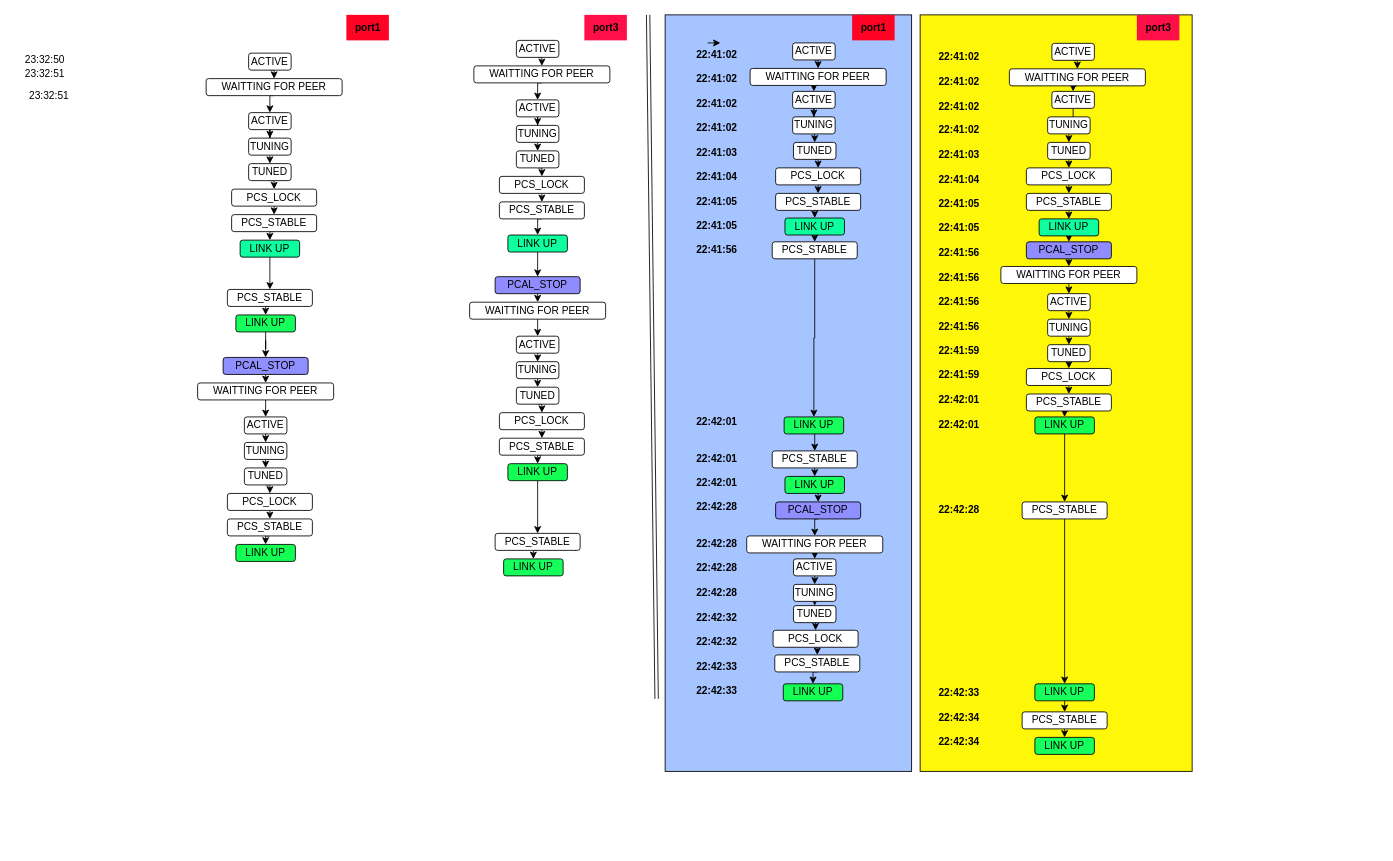
This is Optics_init_state_transition_history_timestamp.drawio from kongzhongfeima/draw_io, a draw.io file, before an edit. Source tidied: cells renumbered, new cells numbered last; positions are measured from the earlier drawing's top-left corner, leaving out a move shared by most shapes. Both pictures are drawn from the tidied source at 85%, with x=0, y=0 at pixel (14, 14).
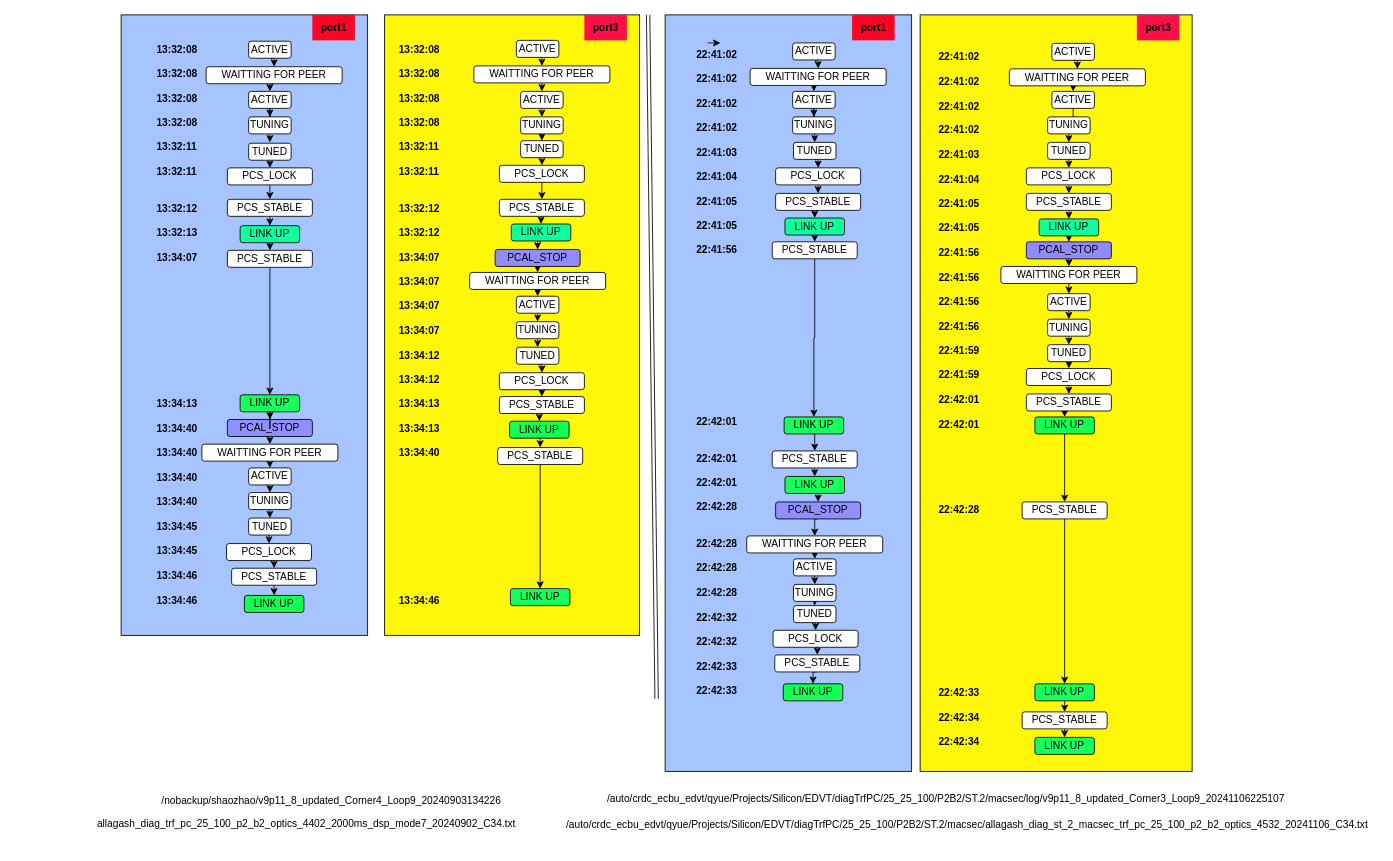
The same page after the edit.

Change to the diagram source:
```diff
@@
+    <mxCell id="163" style="whiteSpace=wrap;html=1;fillColor=#FFF708;" parent="1" vertex="1">
+      <mxGeometry x="435" width="300" height="730" as="geometry" />
+    </mxCell>
+    <mxCell id="164" style="whiteSpace=wrap;html=1;fillColor=#A6C4FF;" parent="1" vertex="1">
+      <mxGeometry x="125" width="290" height="730" as="geometry" />
+    </mxCell>
@@
     <mxCell id="5" value="ACTIVE" style="rounded=1;whiteSpace=wrap;html=1;" parent="1" vertex="1">
-      <mxGeometry x="275" y="45" width="50" height="20" as="geometry" />
+      <mxGeometry x="275" y="31" width="50" height="20" as="geometry" />
     </mxCell>
@@
     <mxCell id="7" value="WAITTING FOR PEER" style="rounded=1;whiteSpace=wrap;html=1;" parent="1" vertex="1">
-      <mxGeometry x="225" y="75" width="160" height="20" as="geometry" />
+      <mxGeometry x="225" y="61" width="160" height="20" as="geometry" />
     </mxCell>
@@
     <mxCell id="9" value="ACTIVE" style="rounded=1;whiteSpace=wrap;html=1;" parent="1" vertex="1">
-      <mxGeometry x="275" y="115" width="50" height="20" as="geometry" />
+      <mxGeometry x="275" y="90" width="50" height="20" as="geometry" />
     </mxCell>
-    <mxCell id="10" style="edgeStyle=orthogonalEdgeStyle;rounded=0;jettySize=auto;html=1;exitX=0.5;exitY=1;exitDx=0;exitDy=0;entryX=0.5;entryY=0;entryDx=0;entryDy=0;" parent="1" edge="1" source="11" target="13">
-      <mxGeometry relative="1" as="geometry" />
+    <mxCell id="10" style="edgeStyle=orthogonalEdgeStyle;rounded=0;jettySize=auto;html=1;exitX=0.5;exitY=1;exitDx=0;exitDy=0;entryX=0.5;entryY=0;entryDx=0;entryDy=0;" parent="1" edge="1" source="11">
+      <mxGeometry relative="1" as="geometry">
+        <mxPoint x="300" y="150" as="targetPoint" />
+      </mxGeometry>
     </mxCell>
     <mxCell id="11" value="TUNING" style="rounded=1;whiteSpace=wrap;html=1;" parent="1" vertex="1">
-      <mxGeometry x="275" y="145" width="50" height="20" as="geometry" />
+      <mxGeometry x="275" y="120" width="50" height="20" as="geometry" />
     </mxCell>
@@
     <mxCell id="13" value="TUNED" style="rounded=1;whiteSpace=wrap;html=1;" parent="1" vertex="1">
-      <mxGeometry x="275" y="175" width="50" height="20" as="geometry" />
+      <mxGeometry x="275" y="151" width="50" height="20" as="geometry" />
     </mxCell>
@@
     <mxCell id="15" value="PCS_LOCK" style="rounded=1;whiteSpace=wrap;html=1;" parent="1" vertex="1">
-      <mxGeometry x="255" y="205" width="100" height="20" as="geometry" />
+      <mxGeometry x="250" y="180" width="100" height="20" as="geometry" />
     </mxCell>
@@
     <mxCell id="17" value="PCS_STABLE" style="rounded=1;whiteSpace=wrap;html=1;" parent="1" vertex="1">
-      <mxGeometry x="255" y="235" width="100" height="20" as="geometry" />
+      <mxGeometry x="250" y="217" width="100" height="20" as="geometry" />
     </mxCell>
@@
     <mxCell id="19" value="LINK UP" style="rounded=1;whiteSpace=wrap;html=1;fillColor=#0DFF9E;" parent="1" vertex="1">
-      <mxGeometry x="265" y="265" width="70" height="20" as="geometry" />
+      <mxGeometry x="265" y="248" width="70" height="20" as="geometry" />
     </mxCell>
@@
     <mxCell id="21" value="PCAL_STOP" style="rounded=1;whiteSpace=wrap;html=1;fillColor=#8F8FFF;" parent="1" vertex="1">
-      <mxGeometry x="245" y="403" width="100" height="20" as="geometry" />
+      <mxGeometry x="250" y="476" width="100" height="20" as="geometry" />
     </mxCell>
@@
     <mxCell id="23" value="WAITTING FOR PEER" style="rounded=1;whiteSpace=wrap;html=1;" parent="1" vertex="1">
-      <mxGeometry x="215" y="433" width="160" height="20" as="geometry" />
+      <mxGeometry x="220" y="505" width="160" height="20" as="geometry" />
     </mxCell>
@@
     <mxCell id="25" value="ACTIVE" style="rounded=1;whiteSpace=wrap;html=1;" parent="1" vertex="1">
-      <mxGeometry x="270" y="473" width="50" height="20" as="geometry" />
+      <mxGeometry x="275" y="533" width="50" height="20" as="geometry" />
     </mxCell>
@@
     <mxCell id="27" value="TUNING" style="rounded=1;whiteSpace=wrap;html=1;" parent="1" vertex="1">
-      <mxGeometry x="270" y="503" width="50" height="20" as="geometry" />
+      <mxGeometry x="275" y="562" width="50" height="20" as="geometry" />
     </mxCell>
@@
     <mxCell id="29" value="TUNED" style="rounded=1;whiteSpace=wrap;html=1;" parent="1" vertex="1">
-      <mxGeometry x="270" y="533" width="50" height="20" as="geometry" />
+      <mxGeometry x="275" y="592" width="50" height="20" as="geometry" />
     </mxCell>
@@
     <mxCell id="31" value="PCS_LOCK" style="rounded=1;whiteSpace=wrap;html=1;" parent="1" vertex="1">
-      <mxGeometry x="250" y="563" width="100" height="20" as="geometry" />
+      <mxGeometry x="249" y="622" width="100" height="20" as="geometry" />
     </mxCell>
@@
     <mxCell id="33" value="PCS_STABLE" style="rounded=1;whiteSpace=wrap;html=1;" parent="1" vertex="1">
-      <mxGeometry x="250" y="593" width="100" height="20" as="geometry" />
+      <mxGeometry x="255" y="651" width="100" height="20" as="geometry" />
     </mxCell>
     <mxCell id="34" value="LINK UP" style="rounded=1;whiteSpace=wrap;html=1;fillColor=#14FF53;" parent="1" vertex="1">
-      <mxGeometry x="260" y="623" width="70" height="20" as="geometry" />
+      <mxGeometry x="270" y="683" width="70" height="20" as="geometry" />
     </mxCell>
@@
     <mxCell id="36" value="PCS_STABLE" style="rounded=1;whiteSpace=wrap;html=1;" parent="1" vertex="1">
-      <mxGeometry x="250" y="323" width="100" height="20" as="geometry" />
+      <mxGeometry x="250" y="277" width="100" height="20" as="geometry" />
     </mxCell>
@@
     <mxCell id="38" value="LINK UP" style="rounded=1;whiteSpace=wrap;html=1;fillColor=#17FF5D;" parent="1" vertex="1">
-      <mxGeometry x="260" y="353" width="70" height="20" as="geometry" />
+      <mxGeometry x="265" y="447" width="70" height="20" as="geometry" />
     </mxCell>
     <mxCell id="39" value="port1" style="text;html=1;align=center;verticalAlign=middle;strokeColor=none;fillColor=#FF0324;fontStyle=1;" parent="1" vertex="1">
-      <mxGeometry x="390" width="50" height="30" as="geometry" />
+      <mxGeometry x="350" width="50" height="30" as="geometry" />
     </mxCell>
@@
-    <mxCell id="44" style="edgeStyle=orthogonalEdgeStyle;rounded=0;jettySize=auto;html=1;exitX=0.5;exitY=1;exitDx=0;exitDy=0;" parent="1" edge="1" source="45" target="47">
+    <mxCell id="44" style="edgeStyle=orthogonalEdgeStyle;rounded=0;jettySize=auto;html=1;exitX=0.5;exitY=1;exitDx=0;exitDy=0;entryX=0.5;entryY=0;entryDx=0;entryDy=0;" parent="1" edge="1" source="45" target="47">
       <mxGeometry relative="1" as="geometry" />
     </mxCell>
     <mxCell id="45" value="ACTIVE" style="rounded=1;whiteSpace=wrap;html=1;" parent="1" vertex="1">
-      <mxGeometry x="590" y="100" width="50" height="20" as="geometry" />
+      <mxGeometry x="595" y="90" width="50" height="20" as="geometry" />
     </mxCell>
@@
     <mxCell id="47" value="TUNING" style="rounded=1;whiteSpace=wrap;html=1;" parent="1" vertex="1">
-      <mxGeometry x="590" y="130" width="50" height="20" as="geometry" />
+      <mxGeometry x="595" y="120" width="50" height="20" as="geometry" />
     </mxCell>
@@
     <mxCell id="49" value="TUNED" style="rounded=1;whiteSpace=wrap;html=1;" parent="1" vertex="1">
-      <mxGeometry x="590" y="160" width="50" height="20" as="geometry" />
+      <mxGeometry x="595" y="148" width="50" height="20" as="geometry" />
     </mxCell>
@@
     <mxCell id="51" value="PCS_LOCK" style="rounded=1;whiteSpace=wrap;html=1;" parent="1" vertex="1">
-      <mxGeometry x="570" y="190" width="100" height="20" as="geometry" />
+      <mxGeometry x="570" y="177" width="100" height="20" as="geometry" />
     </mxCell>
@@
     <mxCell id="53" value="PCS_STABLE" style="rounded=1;whiteSpace=wrap;html=1;" parent="1" vertex="1">
-      <mxGeometry x="570" y="220" width="100" height="20" as="geometry" />
+      <mxGeometry x="570" y="217" width="100" height="20" as="geometry" />
     </mxCell>
@@
     <mxCell id="55" value="LINK UP" style="rounded=1;whiteSpace=wrap;html=1;fillColor=#0DFF9E;" parent="1" vertex="1">
-      <mxGeometry x="580" y="259" width="70" height="20" as="geometry" />
+      <mxGeometry x="584" y="246" width="70" height="20" as="geometry" />
     </mxCell>
@@
     <mxCell id="57" value="PCAL_STOP" style="rounded=1;whiteSpace=wrap;html=1;fillColor=#908CFF;" parent="1" vertex="1">
-      <mxGeometry x="565" y="308" width="100" height="20" as="geometry" />
+      <mxGeometry x="565" y="276" width="100" height="20" as="geometry" />
     </mxCell>
@@
     <mxCell id="59" value="WAITTING FOR PEER" style="rounded=1;whiteSpace=wrap;html=1;" parent="1" vertex="1">
-      <mxGeometry x="535" y="338" width="160" height="20" as="geometry" />
+      <mxGeometry x="535" y="303" width="160" height="20" as="geometry" />
     </mxCell>
@@
     <mxCell id="61" value="ACTIVE" style="rounded=1;whiteSpace=wrap;html=1;" parent="1" vertex="1">
-      <mxGeometry x="590" y="378" width="50" height="20" as="geometry" />
+      <mxGeometry x="590" y="331" width="50" height="20" as="geometry" />
     </mxCell>
@@
     <mxCell id="63" value="TUNING" style="rounded=1;whiteSpace=wrap;html=1;" parent="1" vertex="1">
-      <mxGeometry x="590" y="408" width="50" height="20" as="geometry" />
+      <mxGeometry x="590" y="361" width="50" height="20" as="geometry" />
     </mxCell>
@@
     <mxCell id="65" value="TUNED" style="rounded=1;whiteSpace=wrap;html=1;" parent="1" vertex="1">
-      <mxGeometry x="590" y="438" width="50" height="20" as="geometry" />
+      <mxGeometry x="590" y="391" width="50" height="20" as="geometry" />
     </mxCell>
@@
     <mxCell id="67" value="PCS_LOCK" style="rounded=1;whiteSpace=wrap;html=1;" parent="1" vertex="1">
-      <mxGeometry x="570" y="468" width="100" height="20" as="geometry" />
+      <mxGeometry x="570" y="421" width="100" height="20" as="geometry" />
     </mxCell>
@@
     <mxCell id="69" value="PCS_STABLE" style="rounded=1;whiteSpace=wrap;html=1;" parent="1" vertex="1">
-      <mxGeometry x="570" y="498" width="100" height="20" as="geometry" />
+      <mxGeometry x="570" y="449" width="100" height="20" as="geometry" />
     </mxCell>
@@
     <mxCell id="71" value="LINK UP" style="rounded=1;whiteSpace=wrap;html=1;fillColor=#14FF53;" parent="1" vertex="1">
-      <mxGeometry x="580" y="528" width="70" height="20" as="geometry" />
+      <mxGeometry x="582" y="478" width="70" height="20" as="geometry" />
     </mxCell>
@@
     <mxCell id="73" value="PCS_STABLE" style="rounded=1;whiteSpace=wrap;html=1;" parent="1" vertex="1">
-      <mxGeometry x="565" y="610" width="100" height="20" as="geometry" />
+      <mxGeometry x="568" y="509" width="100" height="20" as="geometry" />
     </mxCell>
     <mxCell id="74" value="LINK UP" style="rounded=1;whiteSpace=wrap;html=1;fillColor=#17FF5D;" parent="1" vertex="1">
-      <mxGeometry x="575" y="640" width="70" height="20" as="geometry" />
+      <mxGeometry x="583" y="675" width="70" height="20" as="geometry" />
     </mxCell>
@@
-    <mxCell id="76" value="23:32:50" style="text;html=1;align=center;verticalAlign=middle;strokeColor=none;fillColor=none;" parent="1" vertex="1">
-      <mxGeometry y="38" width="70" height="30" as="geometry" />
-    </mxCell>
-    <mxCell id="77" value="23:32:51" style="text;html=1;align=center;verticalAlign=middle;strokeColor=none;fillColor=none;" parent="1" vertex="1">
-      <mxGeometry y="55" width="70" height="30" as="geometry" />
-    </mxCell>
-    <mxCell id="78" value="23:32:51" style="text;html=1;align=center;verticalAlign=middle;strokeColor=none;fillColor=none;" parent="1" vertex="1">
-      <mxGeometry x="5" y="80" width="70" height="30" as="geometry" />
-    </mxCell>
@@
+    <mxCell id="165" value="13:32:08 &#10;&#10;13:32:08&#10;&#10;13:32:08&#10;&#10;13:32:08&#10;&#10;13:32:11&#10;&#10;13:32:11 &#10;&#10;&#10;13:32:12&#10;&#10;13:32:13 &#10;&#10;13:34:07&#10;&#10;&#10;&#10;&#10;&#10;&#10;&#10;&#10;&#10;&#10;&#10;13:34:13&#10;&#10;13:34:40 &#10;&#10;13:34:40&#10;&#10;13:34:40&#10;&#10;13:34:40&#10;&#10;13:34:45&#10;&#10;13:34:45 &#10;&#10;13:34:46&#10;&#10;13:34:46" style="text;whiteSpace=wrap;fontStyle=1;" parent="1" vertex="1">
+      <mxGeometry x="165" y="27" width="80" height="770" as="geometry" />
+    </mxCell>
+    <mxCell id="166" value="13:32:08 &#10;&#10;13:32:08&#10;&#10;13:32:08&#10;&#10;13:32:08&#10;&#10;13:32:11&#10;&#10;13:32:11  &#10;&#10;&#10;13:32:12&#10;&#10;13:32:12&#10;&#10;13:34:07 &#10;&#10;13:34:07&#10;&#10;13:34:07&#10;&#10;13:34:07&#10;&#10;13:34:12&#10;&#10;13:34:12 &#10;&#10;13:34:13&#10;&#10;13:34:13 &#10;&#10;13:34:40&#10;&#10;&#10;&#10;&#10;&#10;&#10;&#10;&#10;&#10;&#10;&#10;13:34:46" style="text;whiteSpace=wrap;fontStyle=1;" parent="1" vertex="1">
+      <mxGeometry x="450" y="27" width="90" height="770" as="geometry" />
+    </mxCell>
+    <mxCell id="167" value="/nobackup/shaozhao/v9p11_8_updated_Corner4_Loop9_20240903134226" style="text;html=1;align=center;verticalAlign=middle;strokeColor=none;fillColor=none;" parent="1" vertex="1">
+      <mxGeometry x="162" y="910" width="420" height="30" as="geometry" />
+    </mxCell>
+    <mxCell id="168" value="/auto/crdc_ecbu_edvt/qyue/Projects/Silicon/EDVT/diagTrfPC/25_25_100/P2B2/ST.2/macsec/log/v9p11_8_updated_Corner3_Loop9_20241106225107" style="text;html=1;align=center;verticalAlign=middle;strokeColor=none;fillColor=none;" parent="1" vertex="1">
+      <mxGeometry x="685" y="908" width="820" height="30" as="geometry" />
+    </mxCell>
+    <mxCell id="169" value="/auto/crdc_ecbu_edvt/qyue/Projects/Silicon/EDVT/diagTrfPC/25_25_100/P2B2/ST.2/macsec/allagash_diag_st_2_macsec_trf_pc_25_100_p2_b2_optics_4532_20241106_C34.txt" style="text;html=1;align=center;verticalAlign=middle;strokeColor=none;fillColor=none;" parent="1" vertex="1">
+      <mxGeometry x="635" y="938" width="970" height="30" as="geometry" />
+    </mxCell>
+    <mxCell id="170" value="allagash_diag_trf_pc_25_100_p2_b2_optics_4402_2000ms_dsp_mode7_20240902_C34.txt" style="text;whiteSpace=wrap;" parent="1" vertex="1">
+      <mxGeometry x="95" y="938" width="530" height="40" as="geometry" />
+    </mxCell>
```
